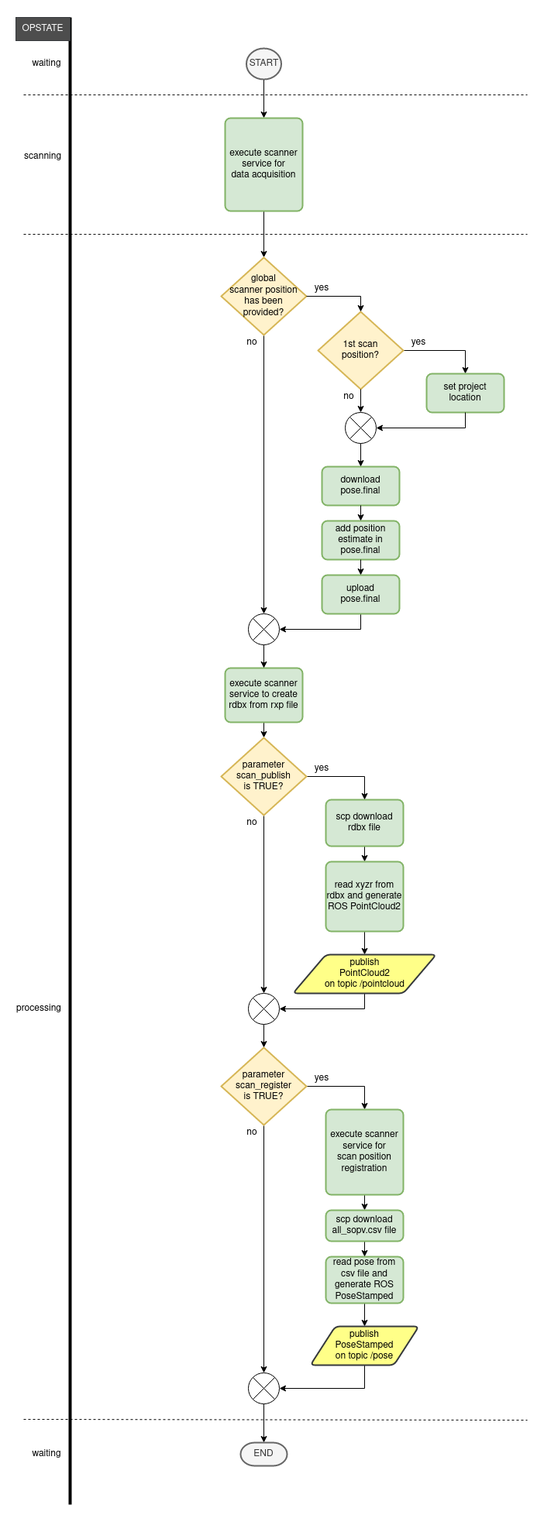
Above: riegl_vz/img/scan.png in riegllms/ros-riegl-vz (draw.io), before the change. Source tidied: cells renumbered, new cells last; positions are measured from the earlier drawing's top-left corner, leaving out a move shared by most shapes.
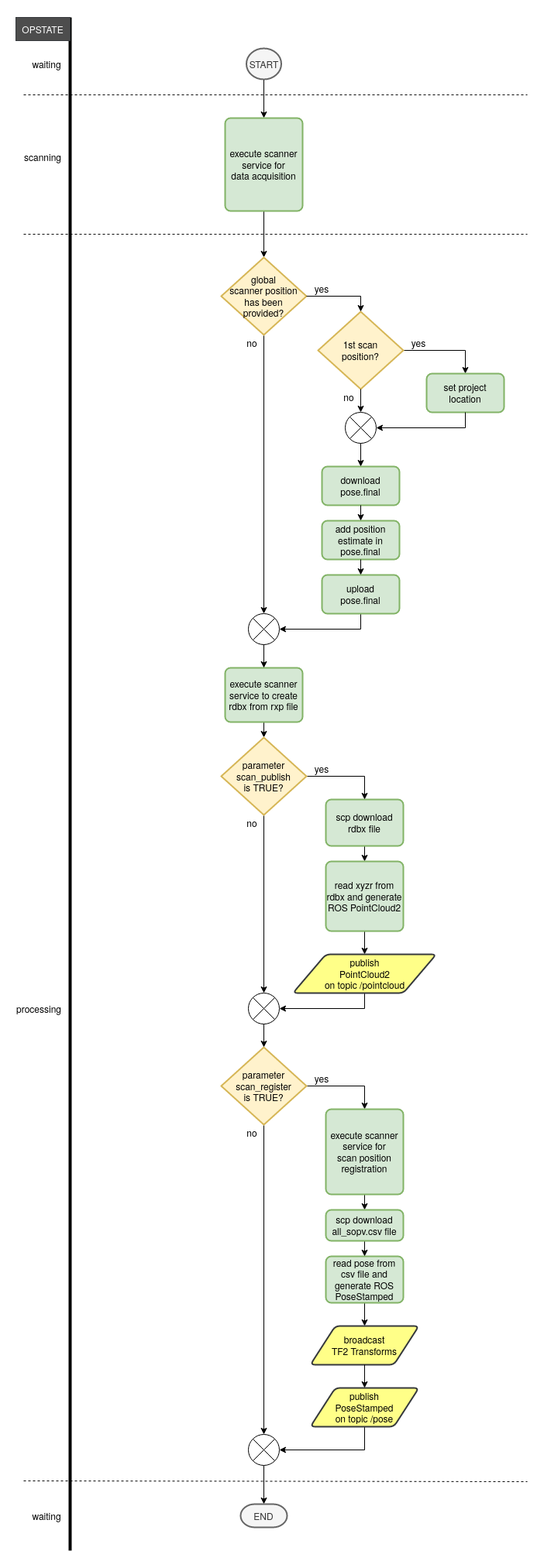
After the change.

The edit, as a diff of the source:
```diff
@@ -13,7 +13,7 @@
     </mxCell>
     <mxCell id="5" style="endArrow=none;html=1;strokeWidth=4;entryX=1;entryY=0;entryDx=0;entryDy=0;" parent="1" edge="1" target="41">
       <mxGeometry relative="1" as="geometry">
-        <mxPoint x="70" y="1920" as="sourcePoint" />
+        <mxPoint x="70" y="1980" as="sourcePoint" />
       </mxGeometry>
     </mxCell>
     <mxCell id="6" value="waiting" style="text;html=1;strokeColor=none;fillColor=none;align=center;verticalAlign=middle;whiteSpace=wrap;rounded=0;" parent="1" vertex="1">
@@ -87,7 +87,7 @@
     <mxCell id="26" value="&lt;div&gt;read pose from &lt;br&gt;&lt;/div&gt;&lt;div&gt;csv file and generate ROS PoseStamped&lt;br&gt;&lt;/div&gt;" style="rounded=1;whiteSpace=wrap;html=1;absoluteArcSize=1;arcSize=14;strokeWidth=2;fillColor=#d5e8d4;strokeColor=#82b366;" parent="1" vertex="1">
       <mxGeometry x="400" y="1600" width="100" height="60" as="geometry" />
     </mxCell>
-    <mxCell id="27" style="edgeStyle=orthogonalEdgeStyle;rounded=0;jettySize=auto;html=1;exitX=0.5;exitY=1;exitDx=0;exitDy=0;entryX=1;entryY=0.5;entryDx=0;entryDy=0;entryPerimeter=0;" parent="1" edge="1" source="40" target="34">
+    <mxCell id="27" style="edgeStyle=orthogonalEdgeStyle;rounded=0;jettySize=auto;html=1;exitX=0.5;exitY=1;exitDx=0;exitDy=0;entryX=1;entryY=0.5;entryDx=0;entryDy=0;entryPerimeter=0;" parent="1" edge="1" source="68" target="34">
       <mxGeometry relative="1" as="geometry" />
     </mxCell>
     <mxCell id="28" style="edgeStyle=orthogonalEdgeStyle;rounded=0;jettySize=auto;html=1;exitX=0.5;exitY=1;exitDx=0;exitDy=0;entryX=0.5;entryY=0;entryDx=0;entryDy=0;" parent="1" edge="1" source="29" target="26">
@@ -97,7 +97,7 @@
       <mxGeometry x="400" y="1540" width="100" height="40" as="geometry" />
     </mxCell>
     <mxCell id="30" value="waiting" style="text;html=1;strokeColor=none;fillColor=none;align=center;verticalAlign=middle;whiteSpace=wrap;rounded=0;" parent="1" vertex="1">
-      <mxGeometry x="20" y="1845" width="40" height="20" as="geometry" />
+      <mxGeometry x="20" y="1925" width="40" height="20" as="geometry" />
     </mxCell>
     <mxCell id="31" style="edgeStyle=orthogonalEdgeStyle;rounded=0;jettySize=auto;html=1;exitX=0.5;exitY=1;exitDx=0;exitDy=0;exitPerimeter=0;entryX=0.5;entryY=0;entryDx=0;entryDy=0;entryPerimeter=0;" parent="1" edge="1" source="32" target="22">
       <mxGeometry relative="1" as="geometry" />
@@ -109,16 +109,16 @@
       <mxGeometry relative="1" as="geometry" />
     </mxCell>
     <mxCell id="34" style="verticalLabelPosition=bottom;verticalAlign=top;html=1;shape=mxgraph.flowchart.or;" parent="1" vertex="1">
-      <mxGeometry x="300" y="1750" width="40" height="40" as="geometry" />
+      <mxGeometry x="300" y="1830" width="40" height="40" as="geometry" />
     </mxCell>
     <mxCell id="35" style="endArrow=none;dashed=1;html=1;" parent="1" edge="1">
       <mxGeometry relative="1" as="geometry">
-        <mxPoint x="10" y="1810" as="sourcePoint" />
-        <mxPoint x="660" y="1811" as="targetPoint" />
+        <mxPoint x="10" y="1890" as="sourcePoint" />
+        <mxPoint x="660" y="1891" as="targetPoint" />
       </mxGeometry>
     </mxCell>
     <mxCell id="36" value="END" style="strokeWidth=2;html=1;shape=mxgraph.flowchart.terminator;whiteSpace=wrap;fillColor=#f5f5f5;strokeColor=#666666;fontColor=#333333;" parent="1" vertex="1">
-      <mxGeometry x="290" y="1840" width="60" height="30" as="geometry" />
+      <mxGeometry x="290" y="1920" width="60" height="30" as="geometry" />
     </mxCell>
     <mxCell id="37" value="START" style="strokeWidth=2;html=1;shape=mxgraph.flowchart.start_2;whiteSpace=wrap;fillColor=#f5f5f5;strokeColor=#666666;fontColor=#333333;" parent="1" vertex="1">
       <mxGeometry x="297.5" y="40" width="45" height="40" as="geometry" />
@@ -132,7 +132,7 @@
     <mxCell id="39" value="&lt;div&gt;publish&lt;/div&gt;&lt;div&gt;PointCloud2&lt;/div&gt;&lt;div&gt;on topic /pointcloud&lt;br&gt;&lt;/div&gt;" style="shape=parallelogram;html=1;strokeWidth=2;perimeter=parallelogramPerimeter;whiteSpace=wrap;rounded=1;arcSize=12;size=0.23;fillColor=#ffff88;strokeColor=#36393d;" parent="1" vertex="1">
       <mxGeometry x="357.5" y="1210" width="185" height="50" as="geometry" />
     </mxCell>
-    <mxCell id="40" value="&lt;div&gt;publish&lt;/div&gt;&lt;div&gt;PoseStamped &lt;br&gt;&lt;/div&gt;&lt;div&gt;on topic /pose&lt;br&gt;&lt;/div&gt;" style="shape=parallelogram;html=1;strokeWidth=2;perimeter=parallelogramPerimeter;whiteSpace=wrap;rounded=1;arcSize=12;size=0.23;fillColor=#ffff88;strokeColor=#36393d;" parent="1" vertex="1">
+    <mxCell id="40" value="&lt;div&gt;broadcast&lt;/div&gt;&lt;div&gt;TF2 Transforms&lt;br&gt;&lt;/div&gt;" style="shape=parallelogram;html=1;strokeWidth=2;perimeter=parallelogramPerimeter;whiteSpace=wrap;rounded=1;arcSize=12;size=0.23;fillColor=#ffff88;strokeColor=#36393d;" parent="1" vertex="1">
       <mxGeometry x="380" y="1690" width="140" height="50" as="geometry" />
     </mxCell>
     <mxCell id="41" value="OPSTATE" style="rounded=0;whiteSpace=wrap;html=1;strokeColor=#36393d;fillColor=#4D4D4D;fontColor=#FFFFFF;" parent="1" vertex="1">
@@ -230,5 +230,11 @@
     <mxCell id="67" value="no" style="text;html=1;strokeColor=none;fillColor=none;align=center;verticalAlign=middle;whiteSpace=wrap;rounded=0;" parent="1" vertex="1">
       <mxGeometry x="285" y="1430" width="40" height="20" as="geometry" />
     </mxCell>
+    <mxCell id="68" value="&lt;div&gt;publish&lt;/div&gt;&lt;div&gt;PoseStamped &lt;br&gt;&lt;/div&gt;&lt;div&gt;on topic /pose&lt;br&gt;&lt;/div&gt;" style="shape=parallelogram;html=1;strokeWidth=2;perimeter=parallelogramPerimeter;whiteSpace=wrap;rounded=1;arcSize=12;size=0.23;fillColor=#ffff88;strokeColor=#36393d;" parent="1" vertex="1">
+      <mxGeometry x="380" y="1770" width="140" height="50" as="geometry" />
+    </mxCell>
+    <mxCell id="69" style="edgeStyle=orthogonalEdgeStyle;rounded=0;jettySize=auto;html=1;exitX=0.5;exitY=1;exitDx=0;exitDy=0;entryX=0.5;entryY=0;entryDx=0;entryDy=0;" parent="1" edge="1" source="40" target="68">
+      <mxGeometry relative="1" as="geometry" />
+    </mxCell>
   </root>
 </mxGraphModel>
```
